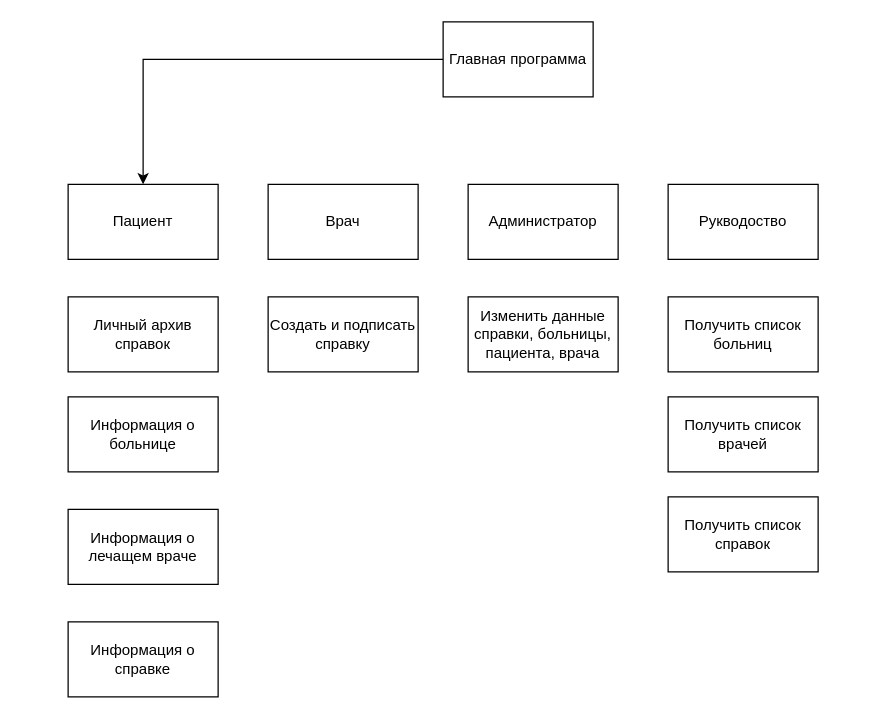
Above: Untitled Diagram.drawio in p1ck0/draws (draw.io), before the change. Source tidied: cells renumbered, new cells numbered last; positions are measured from the earlier drawing's top-left corner, leaving out a move shared by most shapes. Both pictures are drawn from the tidied source at 125%, with x=0, y=0 at pixel (68, 21).
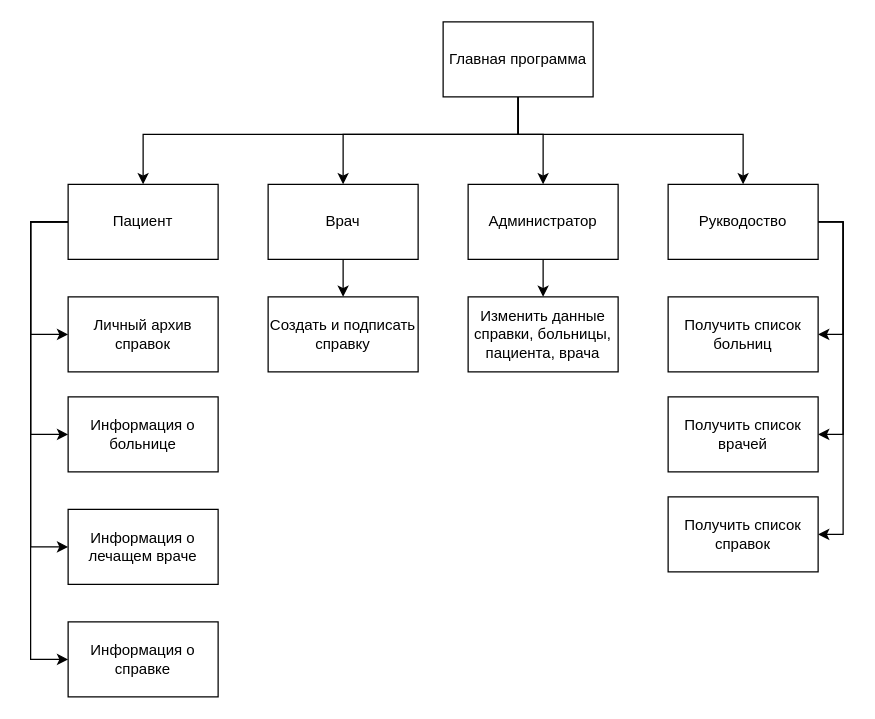
After the change.

Unchanged cells that the change refers to:
```xml
<mxCell id="3" value="Главная программа" style="rounded=0;whiteSpace=wrap;html=1;" parent="1" vertex="1">
  <mxGeometry x="300" width="120" height="60" as="geometry" />
</mxCell>
<mxCell id="4" value="&lt;div&gt;Пациент&lt;/div&gt;" style="rounded=0;whiteSpace=wrap;html=1;" parent="1" vertex="1">
  <mxGeometry y="130" width="120" height="60" as="geometry" />
</mxCell>
<mxCell id="5" value="Врач" style="rounded=0;whiteSpace=wrap;html=1;" parent="1" vertex="1">
  <mxGeometry x="160" y="130" width="120" height="60" as="geometry" />
</mxCell>
<mxCell id="6" value="Администратор" style="rounded=0;whiteSpace=wrap;html=1;" parent="1" vertex="1">
  <mxGeometry x="320" y="130" width="120" height="60" as="geometry" />
</mxCell>
<mxCell id="7" value="Рукводоство" style="rounded=0;whiteSpace=wrap;html=1;" parent="1" vertex="1">
  <mxGeometry x="480" y="130" width="120" height="60" as="geometry" />
</mxCell>
<mxCell id="8" value="Личный архив справок" style="rounded=0;whiteSpace=wrap;html=1;" parent="1" vertex="1">
  <mxGeometry y="220" width="120" height="60" as="geometry" />
</mxCell>
<mxCell id="9" value="Информация о больнице" style="rounded=0;whiteSpace=wrap;html=1;" parent="1" vertex="1">
  <mxGeometry y="300" width="120" height="60" as="geometry" />
</mxCell>
<mxCell id="10" value="Информация о лечащем враче" style="rounded=0;whiteSpace=wrap;html=1;" parent="1" vertex="1">
  <mxGeometry y="390" width="120" height="60" as="geometry" />
</mxCell>
<mxCell id="11" value="Информация о справке" style="rounded=0;whiteSpace=wrap;html=1;" parent="1" vertex="1">
  <mxGeometry y="480" width="120" height="60" as="geometry" />
</mxCell>
<mxCell id="12" value="Создать и подписать справку" style="rounded=0;whiteSpace=wrap;html=1;" parent="1" vertex="1">
  <mxGeometry x="160" y="220" width="120" height="60" as="geometry" />
</mxCell>
<mxCell id="13" value="Изменить данные справки, больницы, пациента, врача" style="rounded=0;whiteSpace=wrap;html=1;" parent="1" vertex="1">
  <mxGeometry x="320" y="220" width="120" height="60" as="geometry" />
</mxCell>
<mxCell id="14" value="Получить список больниц" style="rounded=0;whiteSpace=wrap;html=1;" parent="1" vertex="1">
  <mxGeometry x="480" y="220" width="120" height="60" as="geometry" />
</mxCell>
<mxCell id="15" value="Получить список врачей" style="rounded=0;whiteSpace=wrap;html=1;" parent="1" vertex="1">
  <mxGeometry x="480" y="300" width="120" height="60" as="geometry" />
</mxCell>
<mxCell id="16" value="Получить список справок" style="rounded=0;whiteSpace=wrap;html=1;" parent="1" vertex="1">
  <mxGeometry x="480" y="380" width="120" height="60" as="geometry" />
</mxCell>
```

The edit, as a diff of the source:
```diff
@@
-    <mxCell id="2" style="edgeStyle=orthogonalEdgeStyle;rounded=0;jettySize=auto;html=1;entryX=0.5;entryY=0;entryDx=0;entryDy=0;" parent="1" edge="1" source="3" target="4">
-      <mxGeometry relative="1" as="geometry" />
+    <mxCell id="2" style="edgeStyle=orthogonalEdgeStyle;rounded=0;jettySize=auto;html=1;entryX=0.5;entryY=0;entryDx=0;entryDy=0;exitX=0.5;exitY=1;exitDx=0;exitDy=0;" parent="1" edge="1" source="3" target="4">
+      <mxGeometry relative="1" as="geometry">
+        <Array as="points">
+          <mxPoint x="360" y="90" />
+          <mxPoint x="60" y="90" />
+        </Array>
+      </mxGeometry>
     </mxCell>
+    <mxCell id="17" style="edgeStyle=orthogonalEdgeStyle;rounded=0;jettySize=auto;html=1;entryX=0.5;entryY=0;entryDx=0;entryDy=0;" parent="1" edge="1" source="3" target="5">
+      <mxGeometry relative="1" as="geometry">
+        <Array as="points">
+          <mxPoint x="360" y="90" />
+          <mxPoint x="220" y="90" />
+        </Array>
+      </mxGeometry>
+    </mxCell>
+    <mxCell id="18" style="edgeStyle=orthogonalEdgeStyle;rounded=0;jettySize=auto;html=1;entryX=0.5;entryY=0;entryDx=0;entryDy=0;" parent="1" edge="1" source="3" target="6">
+      <mxGeometry relative="1" as="geometry">
+        <Array as="points">
+          <mxPoint x="360" y="90" />
+          <mxPoint x="380" y="90" />
+        </Array>
+      </mxGeometry>
+    </mxCell>
+    <mxCell id="19" style="edgeStyle=orthogonalEdgeStyle;rounded=0;jettySize=auto;html=1;entryX=0.5;entryY=0;entryDx=0;entryDy=0;" parent="1" edge="1" source="3" target="7">
+      <mxGeometry relative="1" as="geometry">
+        <Array as="points">
+          <mxPoint x="360" y="90" />
+          <mxPoint x="540" y="90" />
+        </Array>
+      </mxGeometry>
+    </mxCell>
@@
+    <mxCell id="20" style="edgeStyle=orthogonalEdgeStyle;rounded=0;jettySize=auto;html=1;entryX=0;entryY=0.5;entryDx=0;entryDy=0;" parent="1" edge="1" source="4" target="11">
+      <mxGeometry relative="1" as="geometry">
+        <Array as="points">
+          <mxPoint x="-30" y="160" />
+          <mxPoint x="-30" y="510" />
+        </Array>
+      </mxGeometry>
+    </mxCell>
+    <mxCell id="21" style="edgeStyle=orthogonalEdgeStyle;rounded=0;jettySize=auto;html=1;entryX=0;entryY=0.5;entryDx=0;entryDy=0;" parent="1" edge="1" source="4" target="8">
+      <mxGeometry relative="1" as="geometry">
+        <Array as="points">
+          <mxPoint x="-30" y="160" />
+          <mxPoint x="-30" y="250" />
+        </Array>
+      </mxGeometry>
+    </mxCell>
+    <mxCell id="22" style="edgeStyle=orthogonalEdgeStyle;rounded=0;jettySize=auto;html=1;entryX=0;entryY=0.5;entryDx=0;entryDy=0;" parent="1" edge="1" source="4" target="9">
+      <mxGeometry relative="1" as="geometry">
+        <Array as="points">
+          <mxPoint x="-30" y="160" />
+          <mxPoint x="-30" y="330" />
+        </Array>
+      </mxGeometry>
+    </mxCell>
+    <mxCell id="23" style="edgeStyle=orthogonalEdgeStyle;rounded=0;jettySize=auto;html=1;entryX=0;entryY=0.5;entryDx=0;entryDy=0;" parent="1" edge="1" source="4" target="10">
+      <mxGeometry relative="1" as="geometry">
+        <Array as="points">
+          <mxPoint x="-30" y="160" />
+          <mxPoint x="-30" y="420" />
+        </Array>
+      </mxGeometry>
+    </mxCell>
@@
+    <mxCell id="24" style="edgeStyle=orthogonalEdgeStyle;rounded=0;jettySize=auto;html=1;" parent="1" edge="1" source="5" target="12">
+      <mxGeometry relative="1" as="geometry" />
+    </mxCell>
@@
+    <mxCell id="25" style="edgeStyle=orthogonalEdgeStyle;rounded=0;jettySize=auto;html=1;" parent="1" edge="1" source="6" target="13">
+      <mxGeometry relative="1" as="geometry" />
+    </mxCell>
@@
+    <mxCell id="26" style="edgeStyle=orthogonalEdgeStyle;rounded=0;jettySize=auto;html=1;entryX=1;entryY=0.5;entryDx=0;entryDy=0;" parent="1" edge="1" source="7" target="16">
+      <mxGeometry relative="1" as="geometry">
+        <Array as="points">
+          <mxPoint x="620" y="160" />
+          <mxPoint x="620" y="410" />
+        </Array>
+      </mxGeometry>
+    </mxCell>
+    <mxCell id="27" style="edgeStyle=orthogonalEdgeStyle;rounded=0;jettySize=auto;html=1;entryX=1;entryY=0.5;entryDx=0;entryDy=0;" parent="1" edge="1" source="7" target="14">
+      <mxGeometry relative="1" as="geometry">
+        <Array as="points">
+          <mxPoint x="620" y="160" />
+          <mxPoint x="620" y="250" />
+        </Array>
+      </mxGeometry>
+    </mxCell>
+    <mxCell id="28" style="edgeStyle=orthogonalEdgeStyle;rounded=0;jettySize=auto;html=1;entryX=1;entryY=0.5;entryDx=0;entryDy=0;" parent="1" edge="1" source="7" target="15">
+      <mxGeometry relative="1" as="geometry">
+        <Array as="points">
+          <mxPoint x="620" y="160" />
+          <mxPoint x="620" y="330" />
+        </Array>
+      </mxGeometry>
+    </mxCell>
```
